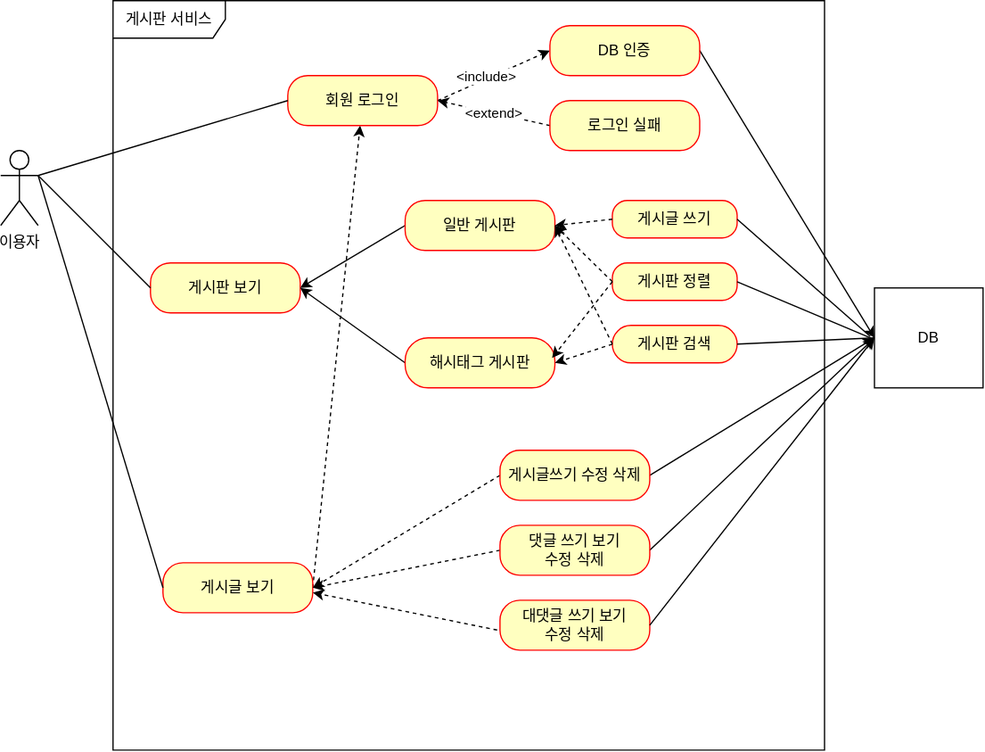
This is document/use-case.svg from Minzion0/project-board, a draw.io export, as it was before one commit. Source tidied: cells renumbered, new cells last; positions are measured from the earlier drawing's top-left corner, leaving out a move shared by most shapes.
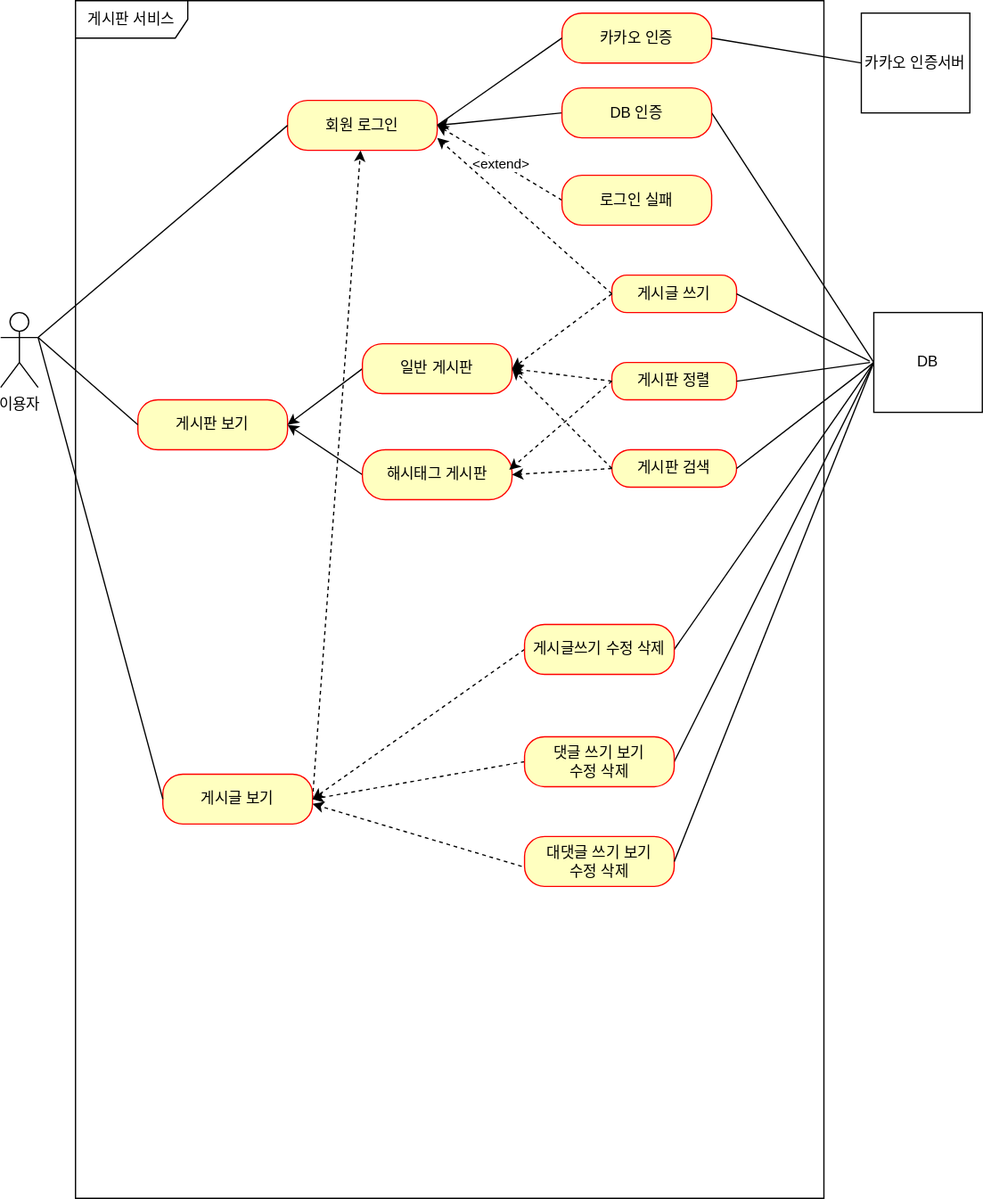
The same file after the commit.

Commit message:
#46- use-case.svg 카카오 인증 유즈케이스 추가

The edit, as a diff of the source:
```diff
@@ -3,34 +3,31 @@
     <mxCell id="0" />
     <mxCell id="1" parent="0" />
     <mxCell id="2" value="이용자&lt;br&gt;" style="shape=umlActor;verticalLabelPosition=bottom;verticalAlign=top;html=1;" parent="1" vertex="1">
-      <mxGeometry y="120" width="30" height="60" as="geometry" />
+      <mxGeometry y="230" width="30" height="60" as="geometry" />
     </mxCell>
     <mxCell id="3" value="게시판 서비스" style="shape=umlFrame;whiteSpace=wrap;html=1;width=90;height=30;" parent="1" vertex="1">
-      <mxGeometry x="90" width="570" height="600" as="geometry" />
+      <mxGeometry x="60" y="-20" width="600" height="960" as="geometry" />
     </mxCell>
     <mxCell id="4" value="게시판 보기" style="rounded=1;whiteSpace=wrap;html=1;arcSize=40;fontColor=#000000;fillColor=#ffffc0;strokeColor=#ff0000;" parent="1" vertex="1">
-      <mxGeometry x="120" y="210" width="120" height="40" as="geometry" />
+      <mxGeometry x="110" y="300" width="120" height="40" as="geometry" />
     </mxCell>
     <mxCell id="5" style="rounded=0;jettySize=auto;html=1;exitX=1;exitY=0.5;exitDx=0;exitDy=0;dashed=1;" parent="1" edge="1" source="6" target="9">
       <mxGeometry relative="1" as="geometry" />
     </mxCell>
     <mxCell id="6" value="게시글 보기" style="rounded=1;whiteSpace=wrap;html=1;arcSize=40;fontColor=#000000;fillColor=#ffffc0;strokeColor=#ff0000;" parent="1" vertex="1">
-      <mxGeometry x="130" y="450" width="120" height="40" as="geometry" />
+      <mxGeometry x="130" y="600" width="120" height="40" as="geometry" />
     </mxCell>
-    <mxCell id="7" style="rounded=0;jettySize=auto;html=1;exitX=1;exitY=0.5;exitDx=0;exitDy=0;entryX=0;entryY=0.5;entryDx=0;entryDy=0;dashed=1;" parent="1" edge="1" source="9" target="11">
+    <mxCell id="7" style="rounded=0;jettySize=auto;html=1;entryX=1;entryY=0.5;entryDx=0;entryDy=0;exitX=0;exitY=0.5;exitDx=0;exitDy=0;" parent="1" edge="1" source="11" target="9">
       <mxGeometry relative="1" as="geometry" />
     </mxCell>
-    <mxCell id="8" value="&amp;lt;include&amp;gt;" style="edgeLabel;html=1;align=center;verticalAlign=middle;" parent="7" vertex="1">
-      <mxGeometry x="-0.12" y="2" relative="1" as="geometry" />
-    </mxCell>
     <mxCell id="9" value="회원 로그인" style="rounded=1;whiteSpace=wrap;html=1;arcSize=40;fontColor=#000000;fillColor=#ffffc0;strokeColor=#ff0000;" parent="1" vertex="1">
       <mxGeometry x="230" y="60" width="120" height="40" as="geometry" />
     </mxCell>
-    <mxCell id="10" style="rounded=0;jettySize=auto;html=1;exitX=1;exitY=0.5;exitDx=0;exitDy=0;entryX=0;entryY=0.5;entryDx=0;entryDy=0;" parent="1" edge="1" source="11" target="28">
+    <mxCell id="10" style="rounded=0;jettySize=auto;html=1;exitX=1;exitY=0.5;exitDx=0;exitDy=0;entryX=0;entryY=0.5;entryDx=0;entryDy=0;endArrow=none;endFill=0;" parent="1" edge="1" source="11" target="28">
       <mxGeometry relative="1" as="geometry" />
     </mxCell>
     <mxCell id="11" value="DB 인증" style="rounded=1;whiteSpace=wrap;html=1;arcSize=40;fontColor=#000000;fillColor=#ffffc0;strokeColor=#ff0000;" parent="1" vertex="1">
-      <mxGeometry x="440" y="20" width="120" height="40" as="geometry" />
+      <mxGeometry x="450" y="50" width="120" height="40" as="geometry" />
     </mxCell>
     <mxCell id="12" style="rounded=0;jettySize=auto;html=1;exitX=0;exitY=0.5;exitDx=0;exitDy=0;entryX=1;entryY=0.5;entryDx=0;entryDy=0;dashed=1;" parent="1" edge="1" source="14" target="9">
       <mxGeometry relative="1" as="geometry" />
@@ -39,39 +36,39 @@
       <mxGeometry relative="1" as="geometry" />
     </mxCell>
     <mxCell id="14" value="로그인 실패" style="rounded=1;whiteSpace=wrap;html=1;arcSize=40;fontColor=#000000;fillColor=#ffffc0;strokeColor=#ff0000;" parent="1" vertex="1">
-      <mxGeometry x="440" y="80" width="120" height="40" as="geometry" />
+      <mxGeometry x="450" y="120" width="120" height="40" as="geometry" />
     </mxCell>
     <mxCell id="15" style="rounded=0;jettySize=auto;html=1;exitX=0;exitY=0.5;exitDx=0;exitDy=0;entryX=1;entryY=0.5;entryDx=0;entryDy=0;" parent="1" edge="1" source="16" target="4">
       <mxGeometry relative="1" as="geometry" />
     </mxCell>
     <mxCell id="16" value="일반 게시판" style="rounded=1;whiteSpace=wrap;html=1;arcSize=40;fontColor=#000000;fillColor=#ffffc0;strokeColor=#ff0000;" parent="1" vertex="1">
-      <mxGeometry x="324" y="160" width="120" height="40" as="geometry" />
+      <mxGeometry x="290" y="255" width="120" height="40" as="geometry" />
     </mxCell>
     <mxCell id="17" style="rounded=0;jettySize=auto;html=1;exitX=0;exitY=0.5;exitDx=0;exitDy=0;entryX=1;entryY=0.5;entryDx=0;entryDy=0;" parent="1" edge="1" source="18" target="4">
       <mxGeometry relative="1" as="geometry" />
     </mxCell>
     <mxCell id="18" value="해시태그 게시판" style="rounded=1;whiteSpace=wrap;html=1;arcSize=46;fontColor=#000000;fillColor=#ffffc0;strokeColor=#ff0000;" parent="1" vertex="1">
-      <mxGeometry x="324" y="270" width="120" height="40" as="geometry" />
+      <mxGeometry x="290" y="340" width="120" height="40" as="geometry" />
     </mxCell>
     <mxCell id="19" style="rounded=0;jettySize=auto;html=1;exitX=0;exitY=0.5;exitDx=0;exitDy=0;entryX=1;entryY=0.5;entryDx=0;entryDy=0;dashed=1;" parent="1" edge="1" source="21" target="6">
       <mxGeometry relative="1" as="geometry" />
     </mxCell>
-    <mxCell id="20" style="rounded=0;jettySize=auto;html=1;exitX=1;exitY=0.5;exitDx=0;exitDy=0;entryX=0;entryY=0.5;entryDx=0;entryDy=0;" parent="1" edge="1" source="21" target="28">
+    <mxCell id="20" style="rounded=0;jettySize=auto;html=1;exitX=1;exitY=0.5;exitDx=0;exitDy=0;entryX=0;entryY=0.5;entryDx=0;entryDy=0;endArrow=none;endFill=0;" parent="1" edge="1" source="21" target="28">
       <mxGeometry relative="1" as="geometry" />
     </mxCell>
     <mxCell id="21" value="게시글쓰기 수정 삭제" style="rounded=1;whiteSpace=wrap;html=1;arcSize=40;fontColor=#000000;fillColor=#ffffc0;strokeColor=#ff0000;" parent="1" vertex="1">
-      <mxGeometry x="400" y="360" width="120" height="40" as="geometry" />
+      <mxGeometry x="420" y="480" width="120" height="40" as="geometry" />
     </mxCell>
     <mxCell id="22" style="rounded=0;jettySize=auto;html=1;exitX=0;exitY=0.5;exitDx=0;exitDy=0;entryX=1;entryY=0.5;entryDx=0;entryDy=0;dashed=1;" parent="1" edge="1" source="24" target="6">
       <mxGeometry relative="1" as="geometry" />
     </mxCell>
-    <mxCell id="23" style="rounded=0;jettySize=auto;html=1;exitX=1;exitY=0.5;exitDx=0;exitDy=0;" parent="1" edge="1" source="24">
+    <mxCell id="23" style="rounded=0;jettySize=auto;html=1;exitX=1;exitY=0.5;exitDx=0;exitDy=0;endArrow=none;endFill=0;" parent="1" edge="1" source="24">
       <mxGeometry relative="1" as="geometry">
         <mxPoint x="700" y="270" as="targetPoint" />
       </mxGeometry>
     </mxCell>
     <mxCell id="24" value="댓글 쓰기 보기 &lt;br&gt;수정 삭제" style="rounded=1;whiteSpace=wrap;html=1;arcSize=40;fontColor=#000000;fillColor=#ffffc0;strokeColor=#ff0000;" parent="1" vertex="1">
-      <mxGeometry x="400" y="420" width="120" height="40" as="geometry" />
+      <mxGeometry x="420" y="570" width="120" height="40" as="geometry" />
     </mxCell>
     <mxCell id="25" style="rounded=0;jettySize=auto;html=1;exitX=0;exitY=0.5;exitDx=0;exitDy=0;entryX=1;entryY=0.3333333333333333;entryDx=0;entryDy=0;entryPerimeter=0;endArrow=none;endFill=0;" parent="1" edge="1" source="9" target="2">
       <mxGeometry relative="1" as="geometry" />
@@ -86,13 +83,13 @@
       <mxGeometry x="700" y="230" width="87" height="80" as="geometry" />
     </mxCell>
     <mxCell id="29" value="게시글 쓰기" style="rounded=1;whiteSpace=wrap;html=1;arcSize=40;fontColor=#000000;fillColor=#ffffc0;strokeColor=#ff0000;" parent="1" vertex="1">
-      <mxGeometry x="490" y="160" width="100" height="30" as="geometry" />
+      <mxGeometry x="490" y="200" width="100" height="30" as="geometry" />
     </mxCell>
     <mxCell id="30" value="게시판 정렬" style="rounded=1;whiteSpace=wrap;html=1;arcSize=40;fontColor=#000000;fillColor=#ffffc0;strokeColor=#ff0000;" parent="1" vertex="1">
-      <mxGeometry x="490" y="210" width="100" height="30" as="geometry" />
+      <mxGeometry x="490" y="270" width="100" height="30" as="geometry" />
     </mxCell>
     <mxCell id="31" value="게시판 검색" style="rounded=1;whiteSpace=wrap;html=1;arcSize=50;fontColor=#000000;fillColor=#ffffc0;strokeColor=#ff0000;" parent="1" vertex="1">
-      <mxGeometry x="490" y="260" width="100" height="30" as="geometry" />
+      <mxGeometry x="490" y="340" width="100" height="30" as="geometry" />
     </mxCell>
     <mxCell id="32" style="endArrow=classic;html=1;rounded=0;entryX=1;entryY=0.5;entryDx=0;entryDy=0;exitX=0;exitY=0.5;exitDx=0;exitDy=0;dashed=1;" parent="1" edge="1" source="30" target="16">
       <mxGeometry relative="1" as="geometry" />
@@ -121,13 +118,28 @@
       <mxGeometry relative="1" as="geometry" />
     </mxCell>
     <mxCell id="40" value="대댓글 쓰기 보기 &lt;br&gt;수정 삭제" style="rounded=1;whiteSpace=wrap;html=1;arcSize=40;fontColor=#000000;fillColor=#ffffc0;strokeColor=#ff0000;" parent="1" vertex="1">
-      <mxGeometry x="400" y="480" width="120" height="40" as="geometry" />
+      <mxGeometry x="420" y="650" width="120" height="40" as="geometry" />
     </mxCell>
     <mxCell id="41" style="rounded=0;jettySize=auto;html=1;exitX=-0.019;exitY=0.597;exitDx=0;exitDy=0;entryX=1;entryY=0.597;entryDx=0;entryDy=0;dashed=1;entryPerimeter=0;exitPerimeter=0;" parent="1" edge="1" source="40" target="6">
       <mxGeometry relative="1" as="geometry" />
     </mxCell>
-    <mxCell id="42" style="rounded=0;jettySize=auto;html=1;exitX=1;exitY=0.5;exitDx=0;exitDy=0;entryX=0;entryY=0.5;entryDx=0;entryDy=0;" parent="1" edge="1" source="40" target="28">
+    <mxCell id="42" style="rounded=0;jettySize=auto;html=1;exitX=1;exitY=0.5;exitDx=0;exitDy=0;entryX=0;entryY=0.5;entryDx=0;entryDy=0;endArrow=none;endFill=0;" parent="1" edge="1" source="40" target="28">
       <mxGeometry relative="1" as="geometry" />
     </mxCell>
+    <mxCell id="43" style="endArrow=classic;html=1;rounded=0;exitX=0;exitY=0.5;exitDx=0;exitDy=0;entryX=1;entryY=0.75;entryDx=0;entryDy=0;dashed=1;" parent="1" edge="1" source="29" target="9">
+      <mxGeometry relative="1" as="geometry" />
+    </mxCell>
+    <mxCell id="44" value="카카오 인증서버" style="html=1;whiteSpace=wrap;" parent="1" vertex="1">
+      <mxGeometry x="690" y="-10" width="87" height="80" as="geometry" />
+    </mxCell>
+    <mxCell id="45" value="카카오 인증" style="rounded=1;whiteSpace=wrap;html=1;arcSize=40;fontColor=#000000;fillColor=#ffffc0;strokeColor=#ff0000;" parent="1" vertex="1">
+      <mxGeometry x="450" y="-10" width="120" height="40" as="geometry" />
+    </mxCell>
+    <mxCell id="46" style="endArrow=none;html=1;rounded=0;exitX=0;exitY=0.5;exitDx=0;exitDy=0;entryX=1;entryY=0.5;entryDx=0;entryDy=0;endFill=0;" parent="1" edge="1" source="44" target="45">
+      <mxGeometry relative="1" as="geometry" />
+    </mxCell>
+    <mxCell id="47" style="endArrow=none;html=1;rounded=0;entryX=0;entryY=0.5;entryDx=0;entryDy=0;exitX=1;exitY=0.5;exitDx=0;exitDy=0;" parent="1" edge="1" source="9" target="45">
+      <mxGeometry relative="1" as="geometry" />
+    </mxCell>
   </root>
 </mxGraphModel>
```
